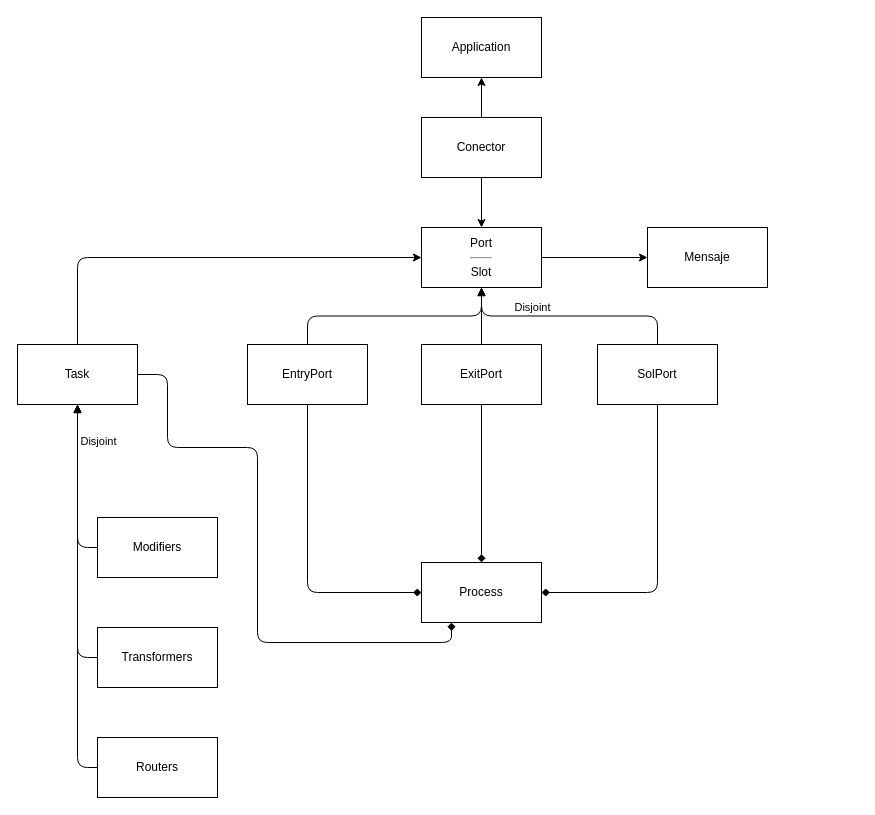
This is PrimerDiragramaIIA.drawio from israelfargasasquith/IIA_Cafe, a draw.io file, before an edit. Source tidied: cells renumbered, new cells numbered last; positions are measured from the earlier drawing's top-left corner, leaving out a move shared by most shapes. Both pictures are drawn from the tidied source at 100%, with x=0, y=0 at pixel (17, 17).
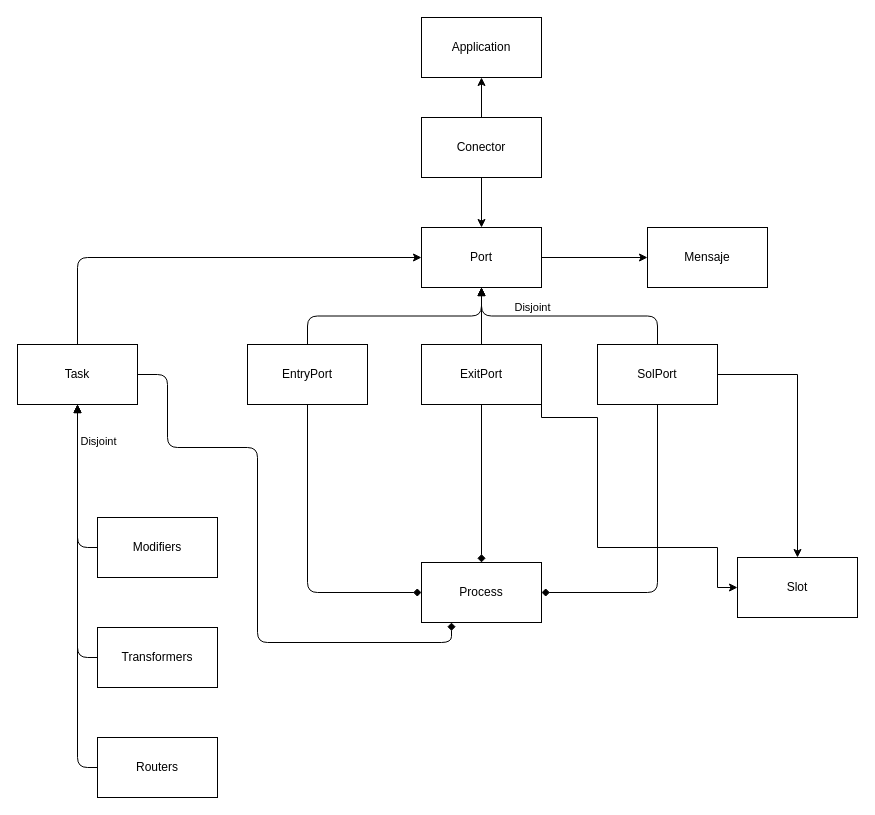
Above is the later version.

The change refers to these unchanged cells:
```xml
<mxCell id="16" value="ExitPort" style="rounded=0;whiteSpace=wrap;html=1;" parent="1" vertex="1">
  <mxGeometry x="404" y="327" width="120" height="60" as="geometry" />
</mxCell>
<mxCell id="18" value="SolPort" style="rounded=0;whiteSpace=wrap;html=1;" parent="1" vertex="1">
  <mxGeometry x="580" y="327" width="120" height="60" as="geometry" />
</mxCell>
```

Change to the diagram source:
```diff
@@
-    <mxCell id="11" value="&lt;div&gt;Port&lt;hr&gt;Slot&lt;/div&gt;" style="rounded=0;whiteSpace=wrap;html=1;" parent="1" vertex="1">
+    <mxCell id="11" value="&lt;div&gt;Port&lt;br&gt;&lt;/div&gt;" style="rounded=0;whiteSpace=wrap;html=1;" parent="1" vertex="1">
       <mxGeometry x="404" y="210" width="120" height="60" as="geometry" />
     </mxCell>
@@
+    <mxCell id="30" style="edgeStyle=orthogonalEdgeStyle;rounded=0;jettySize=auto;html=1;exitX=1;exitY=0.5;exitDx=0;exitDy=0;entryX=0;entryY=0.5;entryDx=0;entryDy=0;jumpStyle=arc;" parent="1" edge="1" source="16" target="32">
+      <mxGeometry relative="1" as="geometry">
+        <Array as="points">
+          <mxPoint x="524" y="400" />
+          <mxPoint x="580" y="400" />
+          <mxPoint x="580" y="530" />
+          <mxPoint x="700" y="530" />
+          <mxPoint x="700" y="570" />
+        </Array>
+      </mxGeometry>
+    </mxCell>
@@
+    <mxCell id="31" style="edgeStyle=orthogonalEdgeStyle;rounded=0;jettySize=auto;html=1;exitX=1;exitY=0.5;exitDx=0;exitDy=0;entryX=0.5;entryY=0;entryDx=0;entryDy=0;" parent="1" edge="1" source="18" target="32">
+      <mxGeometry relative="1" as="geometry" />
+    </mxCell>
@@
+    <mxCell id="32" value="Slot" style="rounded=0;whiteSpace=wrap;html=1;" parent="1" vertex="1">
+      <mxGeometry x="720" y="540" width="120" height="60" as="geometry" />
+    </mxCell>
```
